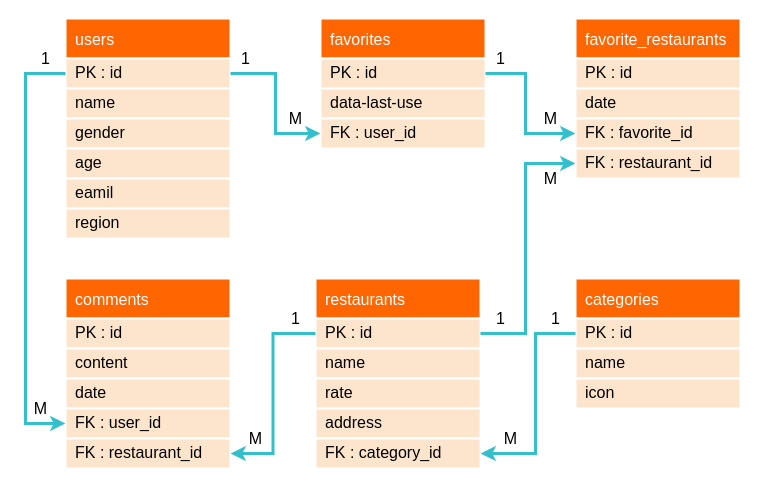
Before: 餐廳論壇ERD+Schema.drawio.drawio in z88243310/bins, a draw.io diagram. Source tidied: cells renumbered, new cells numbered last; positions are measured from the earlier drawing's top-left corner, leaving out a move shared by most shapes. Both pictures are drawn from the tidied source at 100%, with x=0, y=0 at pixel (25, 18).
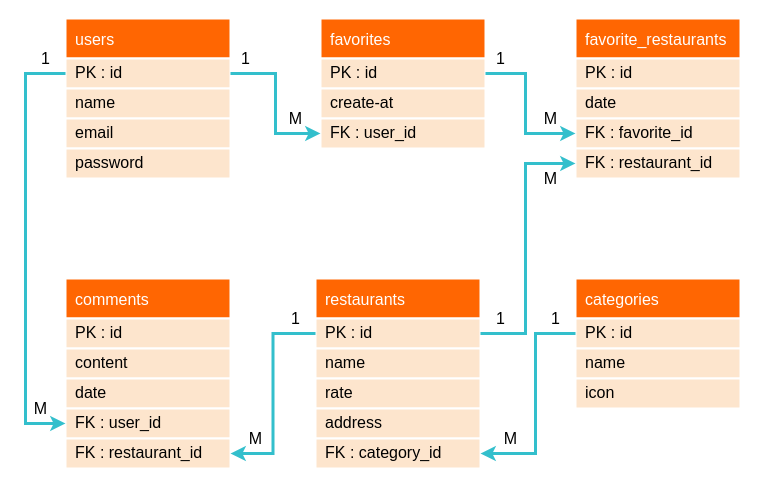
The same diagram, later.

Commit message:
更新餐廳論壇ERD+Schema.drawio.drawio

The change refers to these unchanged cells:
```xml
<mxCell id="3" value="PK : id" style="text;strokeColor=#FFFFFF;fillColor=#FDE5CD;spacingLeft=10;spacingRight=0;overflow=hidden;points=[[0,0.5],[1,0.5]];portConstraint=eastwest;fontSize=16;strokeWidth=2;perimeterSpacing=0;sketch=0;shadow=0;rounded=0;glass=0;spacing=0;fontStyle=0;" parent="2" vertex="1">
  <mxGeometry y="40" width="165" height="30" as="geometry" />
</mxCell>
<mxCell id="9" value="favorites" style="swimlane;fontStyle=0;horizontal=1;startSize=40;align=left;fontSize=16;fontColor=#FFFFFF;fillColor=#FF6602;spacing=0;strokeColor=#FFFFFF;strokeWidth=2;spacingLeft=10;" parent="1" vertex="1">
  <mxGeometry x="295" width="165" height="130" as="geometry" />
</mxCell>
<mxCell id="37" value="FK : user_id" style="text;strokeColor=#FFFFFF;fillColor=#FDE5CD;spacingLeft=10;spacingRight=0;overflow=hidden;points=[[0,0.5],[1,0.5]];portConstraint=eastwest;fontSize=16;strokeWidth=2;sketch=0;shadow=0;rounded=0;glass=0;spacing=0;" parent="33" vertex="1">
  <mxGeometry y="130" width="165" height="30" as="geometry" />
</mxCell>
```

Diff of the diagram source:
```diff
@@
     <mxCell id="2" value="users" style="swimlane;fontStyle=0;horizontal=1;startSize=40;align=left;fontSize=16;fontColor=#FFFFFF;fillColor=#FF6602;spacing=0;strokeColor=#FFFFFF;strokeWidth=2;spacingLeft=10;" parent="1" vertex="1">
-      <mxGeometry x="40" width="165" height="220" as="geometry" />
+      <mxGeometry x="40" width="165" height="160" as="geometry" />
     </mxCell>
@@
-    <mxCell id="5" value="gender    " style="text;strokeColor=#FFFFFF;fillColor=#FDE5CD;spacingLeft=10;spacingRight=0;overflow=hidden;fontSize=16;strokeWidth=2;sketch=0;shadow=0;rounded=0;glass=0;spacing=0;" parent="2" vertex="1">
-      <mxGeometry y="100" width="165" height="30" as="geometry" />
-    </mxCell>
-    <mxCell id="6" value="age" style="text;strokeColor=#FFFFFF;fillColor=#FDE5CD;spacingLeft=10;spacingRight=0;overflow=hidden;fontSize=16;strokeWidth=2;sketch=0;shadow=0;rounded=0;glass=0;spacing=0;" parent="2" vertex="1">
-      <mxGeometry y="130" width="165" height="30" as="geometry" />
-    </mxCell>
-    <mxCell id="7" value="eamil" style="text;strokeColor=#FFFFFF;fillColor=#FDE5CD;spacingLeft=10;spacingRight=0;overflow=hidden;fontSize=16;strokeWidth=2;sketch=0;shadow=0;rounded=0;glass=0;spacing=0;" parent="2" vertex="1">
-      <mxGeometry y="160" width="165" height="30" as="geometry" />
+    <mxCell id="7" value="email" style="text;strokeColor=#FFFFFF;fillColor=#FDE5CD;spacingLeft=10;spacingRight=0;overflow=hidden;fontSize=16;strokeWidth=2;sketch=0;shadow=0;rounded=0;glass=0;spacing=0;" parent="2" vertex="1">
+      <mxGeometry y="100" width="165" height="30" as="geometry" />
     </mxCell>
-    <mxCell id="8" value="region" style="text;strokeColor=#FFFFFF;fillColor=#FDE5CD;spacingLeft=10;spacingRight=0;overflow=hidden;fontSize=16;strokeWidth=2;sketch=0;shadow=0;rounded=0;glass=0;spacing=0;" parent="2" vertex="1">
-      <mxGeometry y="190" width="165" height="30" as="geometry" />
+    <mxCell id="8" value="password" style="text;strokeColor=#FFFFFF;fillColor=#FDE5CD;spacingLeft=10;spacingRight=0;overflow=hidden;fontSize=16;strokeWidth=2;sketch=0;shadow=0;rounded=0;glass=0;spacing=0;" parent="2" vertex="1">
+      <mxGeometry y="130" width="165" height="30" as="geometry" />
     </mxCell>
@@
-    <mxCell id="11" value="data-last-use" style="text;strokeColor=#FFFFFF;fillColor=#FDE5CD;spacingLeft=10;spacingRight=0;overflow=hidden;fontSize=16;strokeWidth=2;sketch=0;shadow=0;rounded=0;glass=0;spacing=0;" parent="9" vertex="1">
+    <mxCell id="11" value="create-at" style="text;strokeColor=#FFFFFF;fillColor=#FDE5CD;spacingLeft=10;spacingRight=0;overflow=hidden;fontSize=16;strokeWidth=2;sketch=0;shadow=0;rounded=0;glass=0;spacing=0;" parent="9" vertex="1">
       <mxGeometry y="70" width="165" height="30" as="geometry" />
     </mxCell>
@@
-    <mxCell id="44" style="edgeStyle=orthogonalEdgeStyle;rounded=0;jettySize=auto;html=1;fontSize=16;fontColor=#FFFFFF;strokeWidth=3;strokeColor=#33BFCC;exitX=0;exitY=0.25;exitDx=0;exitDy=0;entryX=0;entryY=0.5;entryDx=0;entryDy=0;" parent="1" edge="1" source="2" target="37">
+    <mxCell id="44" style="edgeStyle=orthogonalEdgeStyle;rounded=0;jettySize=auto;html=1;fontSize=16;fontColor=#FFFFFF;strokeWidth=3;strokeColor=#33BFCC;entryX=0;entryY=0.5;entryDx=0;entryDy=0;exitX=0;exitY=0.5;exitDx=0;exitDy=0;" parent="1" edge="1" source="3" target="37">
       <mxGeometry relative="1" as="geometry">
         <Array as="points">
           <mxPoint y="55" />
           <mxPoint y="405" />
         </Array>
       </mxGeometry>
     </mxCell>
```
